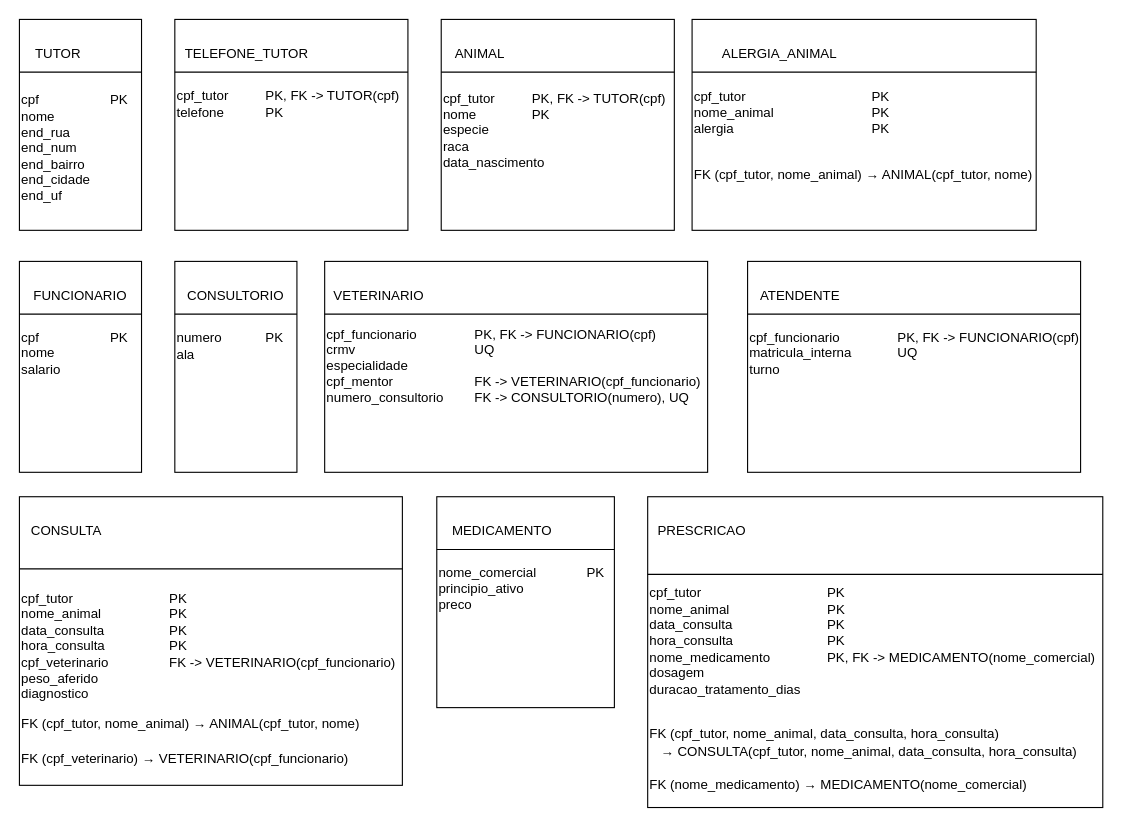
The draw.io diagram page "Mapeamento" (2 of 2) of Exercício 1.drawio in F4CC0/Database-LBD, before the edit. Source tidied: cells renumbered, new cells numbered last; positions are measured from the earlier drawing's top-left corner, leaving out a move shared by most shapes. Both pictures are drawn from the tidied source at 111%, with x=0, y=0 at pixel (19, 19).
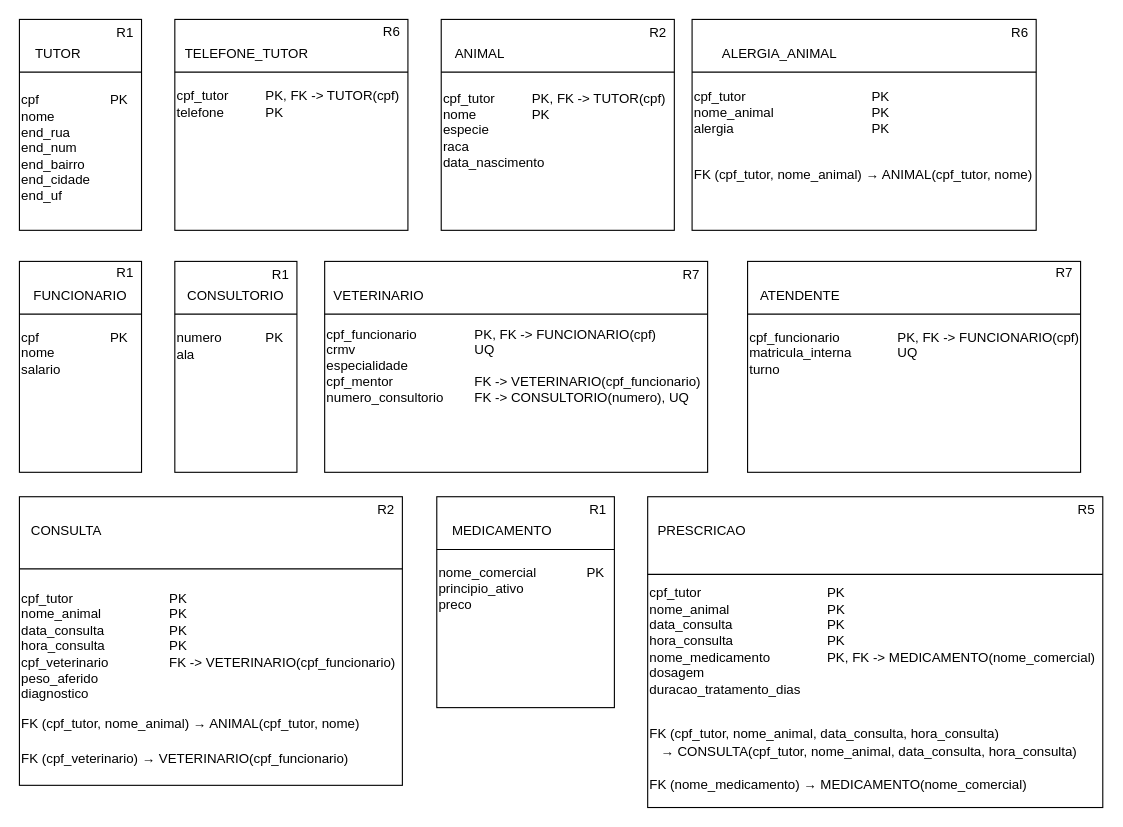
The same diagram, later.

The edit, as a diff of the source:
```diff
@@
+    <mxCell id="46" value="R1" style="text;html=1;whiteSpace=wrap;strokeColor=none;fillColor=none;align=center;verticalAlign=middle;rounded=0;" parent="1" vertex="1">
+      <mxGeometry x="81" y="1.2" width="29" height="22.5" as="geometry" />
+    </mxCell>
+    <mxCell id="47" value="R6" style="text;html=1;whiteSpace=wrap;strokeColor=none;fillColor=none;align=center;verticalAlign=middle;rounded=0;" parent="1" vertex="1">
+      <mxGeometry x="321" width="29" height="22.5" as="geometry" />
+    </mxCell>
+    <mxCell id="48" value="R2" style="text;html=1;whiteSpace=wrap;strokeColor=none;fillColor=none;align=center;verticalAlign=middle;rounded=0;" parent="1" vertex="1">
+      <mxGeometry x="561" y="1.2" width="29" height="22.5" as="geometry" />
+    </mxCell>
+    <mxCell id="49" value="R6" style="text;html=1;whiteSpace=wrap;strokeColor=none;fillColor=none;align=center;verticalAlign=middle;rounded=0;" parent="1" vertex="1">
+      <mxGeometry x="887" y="1.2" width="29" height="22.5" as="geometry" />
+    </mxCell>
+    <mxCell id="50" value="R1" style="text;html=1;whiteSpace=wrap;strokeColor=none;fillColor=none;align=center;verticalAlign=middle;rounded=0;" parent="1" vertex="1">
+      <mxGeometry x="81" y="218" width="29" height="22.5" as="geometry" />
+    </mxCell>
+    <mxCell id="51" value="R1" style="text;html=1;whiteSpace=wrap;strokeColor=none;fillColor=none;align=center;verticalAlign=middle;rounded=0;" parent="1" vertex="1">
+      <mxGeometry x="221" y="219.2" width="29" height="22.5" as="geometry" />
+    </mxCell>
+    <mxCell id="52" value="R7" style="text;html=1;whiteSpace=wrap;strokeColor=none;fillColor=none;align=center;verticalAlign=middle;rounded=0;" parent="1" vertex="1">
+      <mxGeometry x="591" y="219.2" width="29" height="22.5" as="geometry" />
+    </mxCell>
+    <mxCell id="53" value="R7" style="text;html=1;whiteSpace=wrap;strokeColor=none;fillColor=none;align=center;verticalAlign=middle;rounded=0;" parent="1" vertex="1">
+      <mxGeometry x="927" y="218" width="29" height="22.5" as="geometry" />
+    </mxCell>
+    <mxCell id="54" value="R2" style="text;html=1;whiteSpace=wrap;strokeColor=none;fillColor=none;align=center;verticalAlign=middle;rounded=0;" parent="1" vertex="1">
+      <mxGeometry x="316" y="431.2" width="29" height="22.5" as="geometry" />
+    </mxCell>
+    <mxCell id="55" value="R1" style="text;html=1;whiteSpace=wrap;strokeColor=none;fillColor=none;align=center;verticalAlign=middle;rounded=0;" parent="1" vertex="1">
+      <mxGeometry x="507" y="431.2" width="29" height="22.5" as="geometry" />
+    </mxCell>
+    <mxCell id="56" value="R5" style="text;html=1;whiteSpace=wrap;strokeColor=none;fillColor=none;align=center;verticalAlign=middle;rounded=0;" parent="1" vertex="1">
+      <mxGeometry x="947" y="431.2" width="29" height="22.5" as="geometry" />
+    </mxCell>
```
